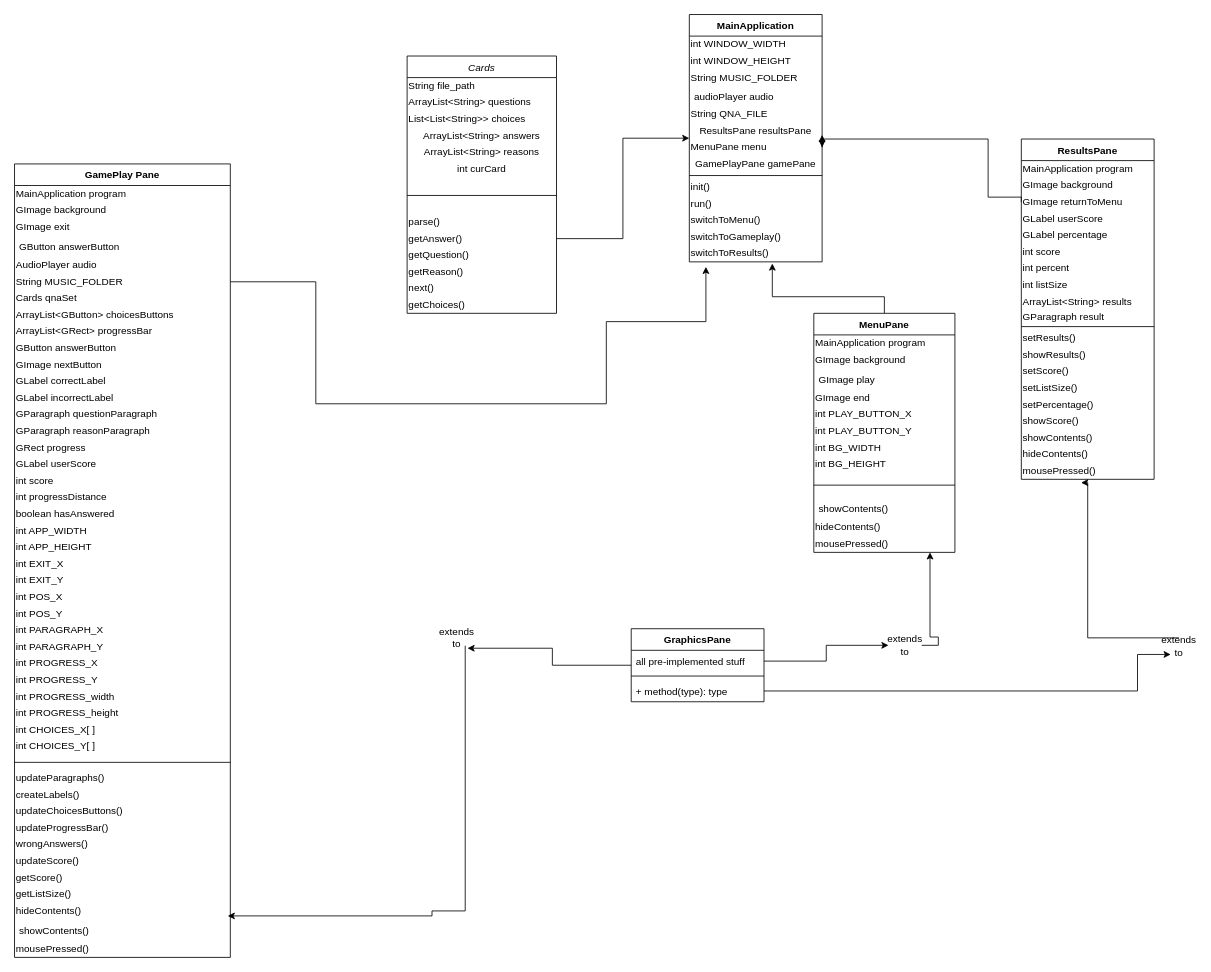
This is Untitled Diagram.drawio from Prot0ast/Repository-Name, a draw.io file, before an edit. Source tidied: cells renumbered, new cells numbered last; positions are measured from the earlier drawing's top-left corner, leaving out a move shared by most shapes. Both pictures are drawn from the tidied source at 83%, with x=0, y=0 at pixel (14, 14).
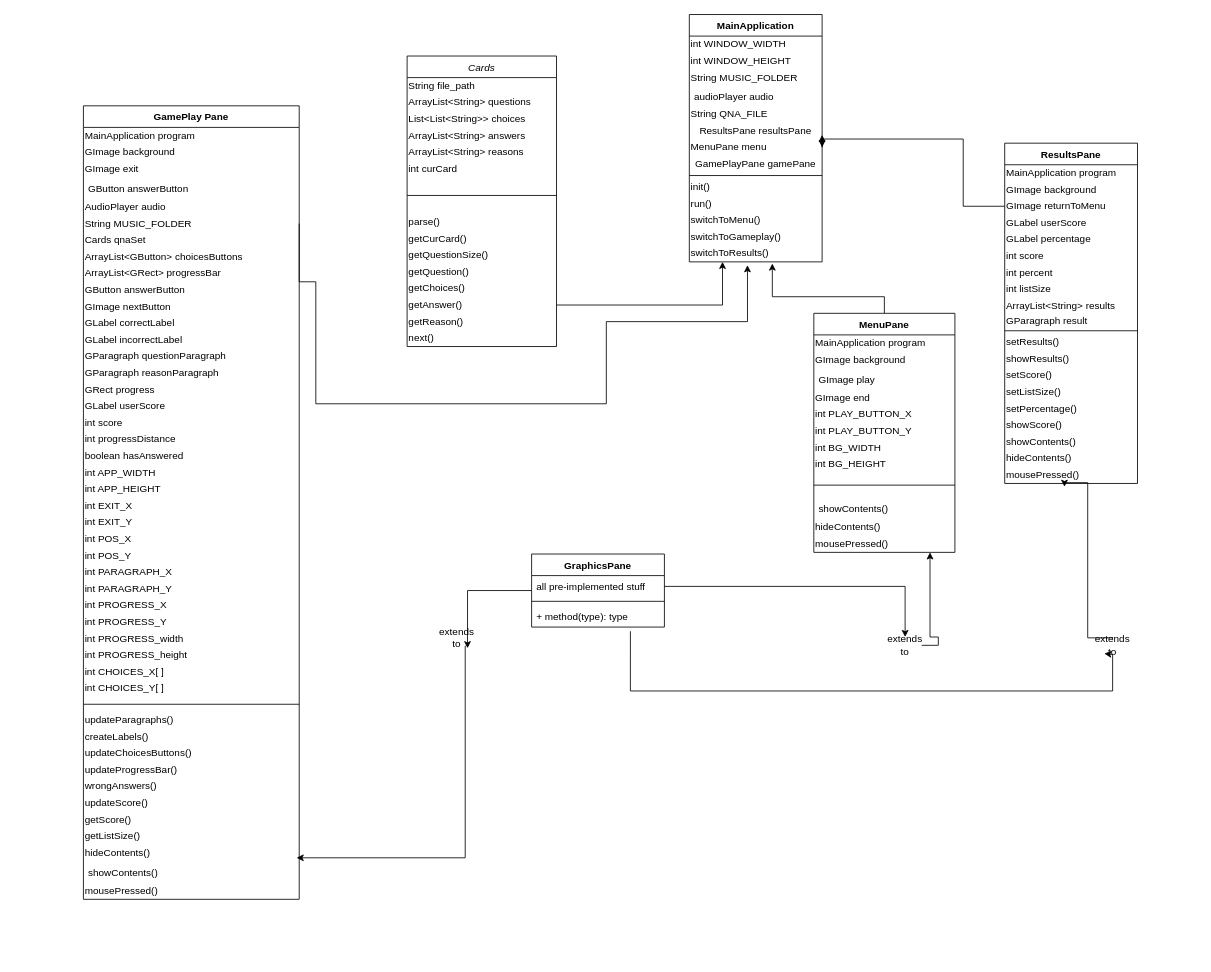
After the change.

The change refers to these unchanged cells:
```xml
<mxCell id="36" value="&lt;div align=&quot;left&quot;&gt;String MUSIC_FOLDER&lt;/div&gt;" style="text;html=1;strokeColor=none;fillColor=none;align=left;verticalAlign=middle;whiteSpace=wrap;rounded=0;" parent="30" vertex="1">
  <mxGeometry y="132" width="260" height="20" as="geometry" />
</mxCell>
<mxCell id="75" value="showContents()" style="text;strokeColor=none;fillColor=none;align=left;verticalAlign=top;spacingLeft=4;spacingRight=4;overflow=hidden;points=[[0,0.5],[1,0.5]];portConstraint=eastwest;" parent="30" vertex="1">
  <mxGeometry y="910" width="260" height="26" as="geometry" />
</mxCell>
<mxCell id="77" value="MainApplication" style="swimlane;fontStyle=1;align=center;verticalAlign=top;horizontal=1;startSize=26;" parent="1" vertex="1">
  <mxGeometry x="813" width="160" height="298" as="geometry" />
</mxCell>
<mxCell id="85" value="&lt;div align=&quot;left&quot;&gt;MenuPane menu&lt;/div&gt;" style="text;html=1;strokeColor=none;fillColor=none;align=left;verticalAlign=middle;whiteSpace=wrap;rounded=0;" parent="77" vertex="1">
  <mxGeometry y="150" width="160" height="20" as="geometry" />
</mxCell>
<mxCell id="92" value="&lt;div align=&quot;left&quot;&gt;switchToResults()&lt;/div&gt;" style="text;html=1;strokeColor=none;fillColor=none;align=left;verticalAlign=middle;whiteSpace=wrap;rounded=0;" parent="77" vertex="1">
  <mxGeometry y="278" width="160" height="20" as="geometry" />
</mxCell>
<mxCell id="99" value="+ method(type): type" style="text;strokeColor=none;fillColor=none;align=left;verticalAlign=top;spacingLeft=4;spacingRight=4;overflow=hidden;points=[[0,0.5],[1,0.5]];portConstraint=eastwest;" parent="96" vertex="1">
  <mxGeometry y="62" width="160" height="26" as="geometry" />
</mxCell>
<mxCell id="101" value="extends to" style="text;html=1;strokeColor=none;fillColor=none;align=center;verticalAlign=middle;whiteSpace=wrap;rounded=0;" parent="1" vertex="1">
  <mxGeometry x="513" y="740.5" width="40" height="20" as="geometry" />
</mxCell>
<mxCell id="108" value="&lt;div align=&quot;left&quot;&gt;GImage returnToMenu&lt;/div&gt;" style="text;html=1;strokeColor=none;fillColor=none;align=left;verticalAlign=middle;whiteSpace=wrap;rounded=0;" parent="105" vertex="1">
  <mxGeometry y="66" width="160" height="20" as="geometry" />
</mxCell>
```

What changed in the source:
```diff
@@
     <mxCell id="2" value="Cards" style="swimlane;fontStyle=2;align=center;verticalAlign=top;horizontal=1;startSize=26;rounded=0;shadow=0;strokeWidth=1;" parent="1" vertex="1">
-      <mxGeometry x="473" y="50" width="180" height="310" as="geometry" />
+      <mxGeometry x="473" y="50" width="180" height="350" as="geometry" />
     </mxCell>
@@
-    <mxCell id="6" value="ArrayList&amp;lt;String&amp;gt; answers" style="text;html=1;strokeColor=none;fillColor=none;align=center;verticalAlign=middle;whiteSpace=wrap;rounded=0;" parent="2" vertex="1">
+    <mxCell id="6" value="&lt;div align=&quot;left&quot;&gt;ArrayList&amp;lt;String&amp;gt; answers&lt;/div&gt;" style="text;html=1;strokeColor=none;fillColor=none;align=left;verticalAlign=middle;whiteSpace=wrap;rounded=0;" parent="2" vertex="1">
       <mxGeometry y="86" width="180" height="20" as="geometry" />
     </mxCell>
-    <mxCell id="7" value="ArrayList&amp;lt;String&amp;gt; reasons" style="text;html=1;strokeColor=none;fillColor=none;align=center;verticalAlign=middle;whiteSpace=wrap;rounded=0;" parent="2" vertex="1">
+    <mxCell id="7" value="&lt;div align=&quot;left&quot;&gt;ArrayList&amp;lt;String&amp;gt; reasons&lt;/div&gt;" style="text;html=1;strokeColor=none;fillColor=none;align=left;verticalAlign=middle;whiteSpace=wrap;rounded=0;" parent="2" vertex="1">
       <mxGeometry y="106" width="180" height="20" as="geometry" />
     </mxCell>
-    <mxCell id="8" value="int curCard" style="text;html=1;strokeColor=none;fillColor=none;align=center;verticalAlign=middle;whiteSpace=wrap;rounded=0;" parent="2" vertex="1">
+    <mxCell id="8" value="&lt;div align=&quot;left&quot;&gt;int curCard&lt;/div&gt;" style="text;html=1;strokeColor=none;fillColor=none;align=left;verticalAlign=middle;whiteSpace=wrap;rounded=0;" parent="2" vertex="1">
       <mxGeometry y="126" width="180" height="20" as="geometry" />
     </mxCell>
@@
+    <mxCell id="130" value="&lt;div align=&quot;left&quot;&gt;getCurCard()&lt;/div&gt;" style="text;html=1;strokeColor=none;fillColor=none;align=left;verticalAlign=middle;whiteSpace=wrap;rounded=0;" parent="2" vertex="1">
+      <mxGeometry y="210" width="180" height="20" as="geometry" />
+    </mxCell>
+    <mxCell id="131" value="&lt;div align=&quot;left&quot;&gt;getQuestionSize()&lt;/div&gt;" style="text;html=1;strokeColor=none;fillColor=none;align=left;verticalAlign=middle;whiteSpace=wrap;rounded=0;" parent="2" vertex="1">
+      <mxGeometry y="230" width="180" height="20" as="geometry" />
+    </mxCell>
+    <mxCell id="12" value="&lt;div align=&quot;left&quot;&gt;getQuestion()&lt;/div&gt;" style="text;html=1;strokeColor=none;fillColor=none;align=left;verticalAlign=middle;whiteSpace=wrap;rounded=0;" parent="2" vertex="1">
+      <mxGeometry y="250" width="180" height="20" as="geometry" />
+    </mxCell>
+    <mxCell id="15" value="&lt;div align=&quot;left&quot;&gt;getChoices()&lt;/div&gt;" style="text;html=1;strokeColor=none;fillColor=none;align=left;verticalAlign=middle;whiteSpace=wrap;rounded=0;" parent="2" vertex="1">
+      <mxGeometry y="270" width="180" height="20" as="geometry" />
+    </mxCell>
     <mxCell id="11" value="&lt;div align=&quot;left&quot;&gt;getAnswer()&lt;/div&gt;" style="text;html=1;strokeColor=none;fillColor=none;align=left;verticalAlign=middle;whiteSpace=wrap;rounded=0;" parent="2" vertex="1">
-      <mxGeometry y="210" width="180" height="20" as="geometry" />
+      <mxGeometry y="290" width="180" height="20" as="geometry" />
     </mxCell>
-    <mxCell id="12" value="&lt;div align=&quot;left&quot;&gt;getQuestion()&lt;/div&gt;" style="text;html=1;strokeColor=none;fillColor=none;align=left;verticalAlign=middle;whiteSpace=wrap;rounded=0;" parent="2" vertex="1">
-      <mxGeometry y="230" width="180" height="20" as="geometry" />
-    </mxCell>
     <mxCell id="13" value="&lt;div align=&quot;left&quot;&gt;getReason()&lt;/div&gt;" style="text;html=1;strokeColor=none;fillColor=none;align=left;verticalAlign=middle;whiteSpace=wrap;rounded=0;" parent="2" vertex="1">
-      <mxGeometry y="250" width="180" height="20" as="geometry" />
+      <mxGeometry y="310" width="180" height="20" as="geometry" />
     </mxCell>
     <mxCell id="14" value="&lt;div align=&quot;left&quot;&gt;next()&lt;/div&gt;" style="text;html=1;strokeColor=none;fillColor=none;align=left;verticalAlign=middle;whiteSpace=wrap;rounded=0;" parent="2" vertex="1">
-      <mxGeometry y="270" width="180" height="20" as="geometry" />
+      <mxGeometry y="330" width="180" height="20" as="geometry" />
     </mxCell>
-    <mxCell id="15" value="&lt;div align=&quot;left&quot;&gt;getChoices()&lt;/div&gt;" style="text;html=1;strokeColor=none;fillColor=none;align=left;verticalAlign=middle;whiteSpace=wrap;rounded=0;" parent="2" vertex="1">
-      <mxGeometry y="290" width="180" height="20" as="geometry" />
-    </mxCell>
@@
     <mxCell id="30" value="GamePlay Pane" style="swimlane;fontStyle=1;align=center;verticalAlign=top;horizontal=1;startSize=26;" parent="1" vertex="1">
-      <mxGeometry y="180" width="260" height="956" as="geometry" />
+      <mxGeometry x="83" y="110" width="260" height="956" as="geometry" />
     </mxCell>
@@
-    <mxCell id="93" style="edgeStyle=orthogonalEdgeStyle;rounded=0;jettySize=auto;html=1;exitX=1;exitY=0.5;exitDx=0;exitDy=0;" parent="1" edge="1" source="36">
+    <mxCell id="93" style="edgeStyle=orthogonalEdgeStyle;rounded=0;jettySize=auto;html=1;exitX=1;exitY=0.5;exitDx=0;exitDy=0;entryX=0.438;entryY=1.2;entryDx=0;entryDy=0;entryPerimeter=0;" parent="1" edge="1" source="36" target="92">
       <mxGeometry relative="1" as="geometry">
-        <mxPoint x="833" y="304" as="targetPoint" />
         <Array as="points">
           <mxPoint x="363" y="322" />
           <mxPoint x="363" y="469" />
           <mxPoint x="713" y="469" />
           <mxPoint x="713" y="370" />
-          <mxPoint x="833" y="370" />
+          <mxPoint x="883" y="370" />
         </Array>
       </mxGeometry>
     </mxCell>
-    <mxCell id="94" style="edgeStyle=orthogonalEdgeStyle;rounded=0;jettySize=auto;html=1;" parent="1" edge="1" source="11" target="77">
+    <mxCell id="94" style="edgeStyle=orthogonalEdgeStyle;rounded=0;jettySize=auto;html=1;entryX=0.25;entryY=1;entryDx=0;entryDy=0;" parent="1" edge="1" source="11" target="92">
       <mxGeometry relative="1" as="geometry" />
     </mxCell>
     <mxCell id="95" style="edgeStyle=orthogonalEdgeStyle;rounded=0;jettySize=auto;html=1;entryX=0.988;entryY=-0.154;entryDx=0;entryDy=0;entryPerimeter=0;" parent="1" edge="1" source="101" target="75">
       <mxGeometry relative="1" as="geometry">
         <Array as="points">
-          <mxPoint x="543" y="1080" />
-          <mxPoint x="503" y="1080" />
-          <mxPoint x="503" y="1086" />
+          <mxPoint x="543" y="1016" />
         </Array>
       </mxGeometry>
     </mxCell>
     <mxCell id="96" value="GraphicsPane" style="swimlane;fontStyle=1;align=center;verticalAlign=top;horizontal=1;startSize=26;" parent="1" vertex="1">
-      <mxGeometry x="743" y="740" width="160" height="88" as="geometry" />
+      <mxGeometry x="623" y="650" width="160" height="88" as="geometry" />
     </mxCell>
@@
     <mxCell id="105" value="ResultsPane" style="swimlane;fontStyle=1;align=center;verticalAlign=top;horizontal=1;startSize=26;" parent="1" vertex="1">
-      <mxGeometry x="1213" y="150" width="160" height="410" as="geometry" />
+      <mxGeometry x="1193" y="155" width="160" height="410" as="geometry" />
     </mxCell>
@@
-    <mxCell id="126" style="edgeStyle=orthogonalEdgeStyle;rounded=0;jettySize=auto;html=1;exitX=0;exitY=0.5;exitDx=0;exitDy=0;entryX=1;entryY=0.5;entryDx=0;entryDy=0;" parent="1" edge="1" source="108" target="85">
+    <mxCell id="126" style="edgeStyle=orthogonalEdgeStyle;rounded=0;jettySize=auto;html=1;entryX=1;entryY=0.5;entryDx=0;entryDy=0;exitX=0;exitY=0.5;exitDx=0;exitDy=0;" parent="1" edge="1" source="108" target="85">
       <mxGeometry relative="1" as="geometry">
         <Array as="points">
-          <mxPoint x="1213" y="220" />
-          <mxPoint x="1173" y="220" />
-          <mxPoint x="1173" y="150" />
+          <mxPoint x="1143" y="231" />
+          <mxPoint x="1143" y="150" />
           <mxPoint x="973" y="150" />
         </Array>
       </mxGeometry>
     </mxCell>
@@
     <mxCell id="128" value="extends to" style="text;html=1;strokeColor=none;fillColor=none;align=center;verticalAlign=middle;whiteSpace=wrap;rounded=0;" parent="1" vertex="1">
-      <mxGeometry x="1383" y="751" width="40" height="20" as="geometry" />
+      <mxGeometry x="1303" y="750" width="40" height="20" as="geometry" />
     </mxCell>
-    <mxCell id="129" style="edgeStyle=orthogonalEdgeStyle;rounded=0;jettySize=auto;html=1;exitX=1;exitY=0.5;exitDx=0;exitDy=0;entryX=0.25;entryY=1;entryDx=0;entryDy=0;" parent="1" edge="1" source="99" target="128">
+    <mxCell id="129" style="edgeStyle=orthogonalEdgeStyle;rounded=0;jettySize=auto;html=1;exitX=0.744;exitY=1.192;exitDx=0;exitDy=0;entryX=0.25;entryY=1;entryDx=0;entryDy=0;exitPerimeter=0;" parent="1" edge="1" source="99" target="128">
       <mxGeometry relative="1" as="geometry">
         <Array as="points">
-          <mxPoint x="1353" y="815" />
-          <mxPoint x="1353" y="771" />
+          <mxPoint x="742" y="815" />
+          <mxPoint x="1323" y="815" />
+          <mxPoint x="1323" y="771" />
         </Array>
       </mxGeometry>
     </mxCell>
```
